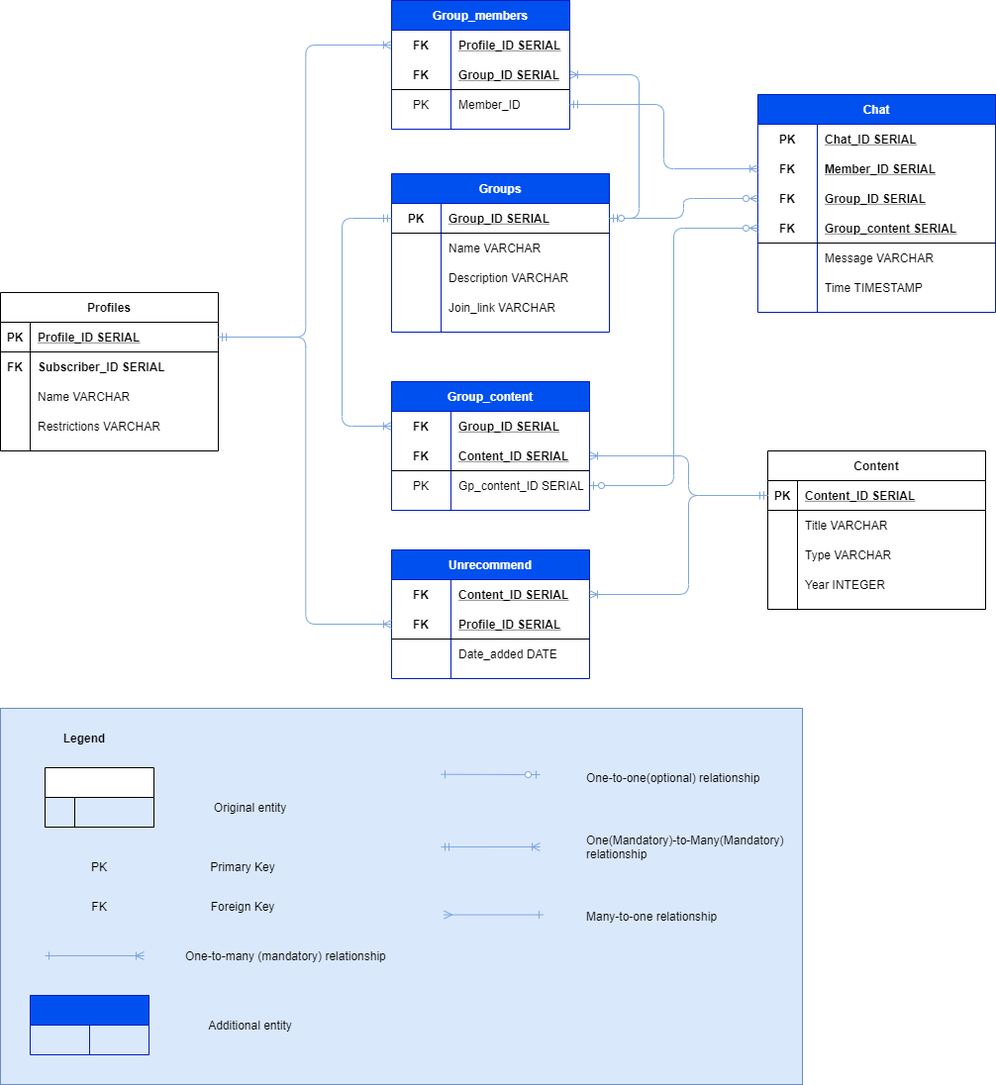
ashley190/T3A3 keeps this draw.io diagram as docs/erd.png. Above is the earlier version. Source tidied: cells renumbered, new cells last; positions are measured from the earlier drawing's top-left corner, leaving out a move shared by most shapes.
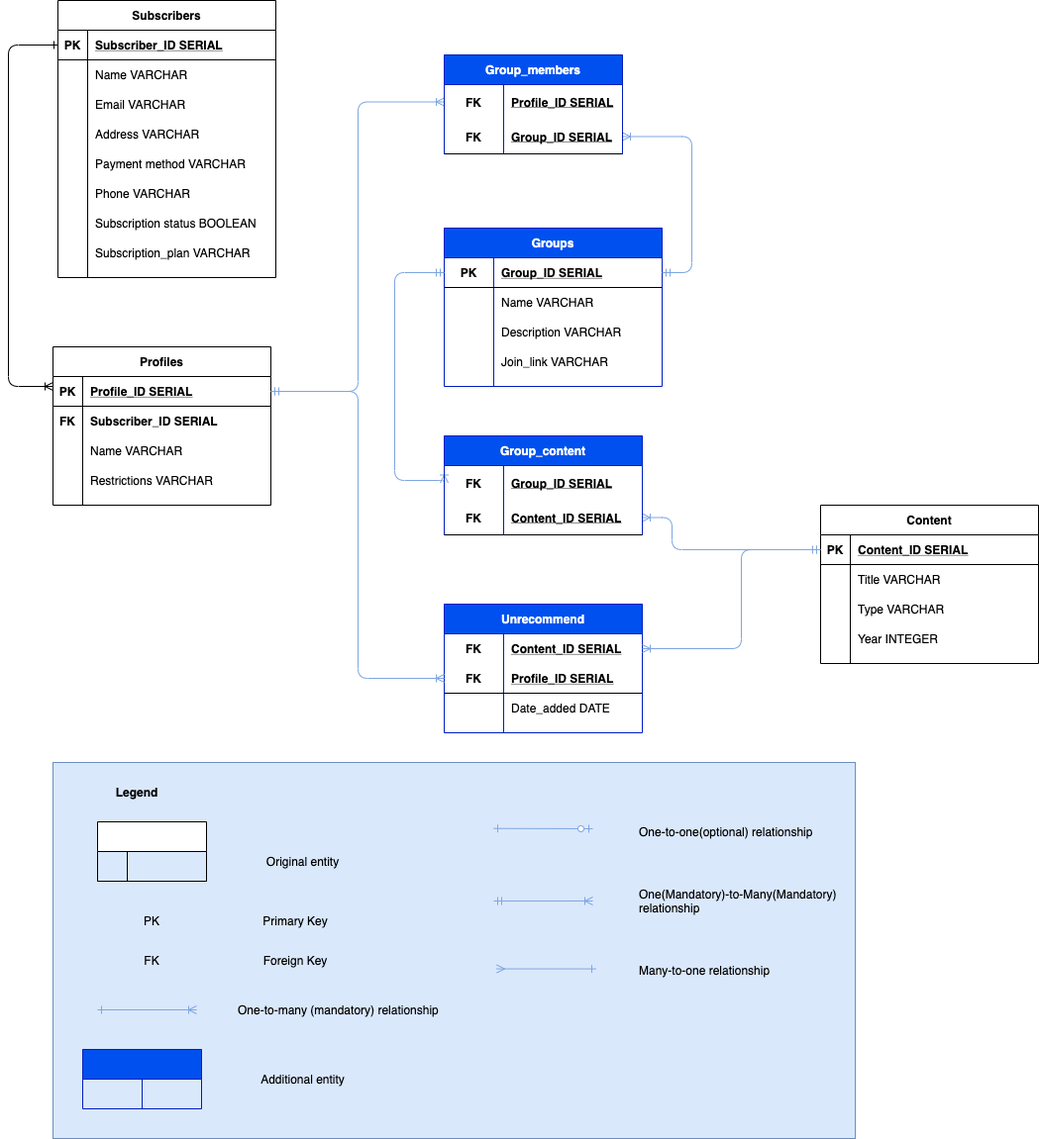
After the commit.

The edit, as a diff of the source:
```diff
@@ -209,136 +209,53 @@
     <mxCell id="63" style="edgeStyle=elbowEdgeStyle;fontSize=12;html=1;endArrow=ERoneToMany;startArrow=ERmandOne;entryX=1;entryY=0.5;entryDx=0;entryDy=0;endFill=0;startFill=0;strokeColor=#7EA6E0;" parent="1" edge="1" source="17" target="100">
       <mxGeometry relative="1" as="geometry">
         <Array as="points">
+          <mxPoint x="625" y="465" />
           <mxPoint x="695" y="445" />
         </Array>
       </mxGeometry>
     </mxCell>
     <mxCell id="64" value="Group_members" style="shape=table;startSize=30;rowLines=0;fontStyle=1;align=center;fillColor=#0050ef;strokeColor=#001DBC;fontColor=#ffffff;" parent="1" vertex="1">
-      <mxGeometry x="395" width="180" height="130" as="geometry" />
+      <mxGeometry x="395" width="180" height="100" as="geometry" />
     </mxCell>
     <mxCell id="65" style="shape=partialRectangle;fillColor=none;top=0;left=0;bottom=0;right=0;points=[[0,0.5],[1,0.5]];portConstraint=eastwest;" parent="64" vertex="1">
-      <mxGeometry y="30" width="180" height="30" as="geometry" />
+      <mxGeometry y="30" width="180" height="35" as="geometry" />
     </mxCell>
     <mxCell id="66" value="FK" style="shape=partialRectangle;fillColor=none;top=0;left=0;bottom=0;right=0;fontStyle=1;overflow=hidden;" parent="65" vertex="1">
-      <mxGeometry width="60" height="30" as="geometry" />
+      <mxGeometry width="60" height="35" as="geometry" />
     </mxCell>
     <mxCell id="67" value="Profile_ID SERIAL" style="shape=partialRectangle;fillColor=none;top=0;left=0;bottom=0;right=0;align=left;spacingLeft=6;fontStyle=5;overflow=hidden;" parent="65" vertex="1">
-      <mxGeometry x="60" width="120" height="30" as="geometry" />
+      <mxGeometry x="60" width="120" height="35" as="geometry" />
     </mxCell>
     <mxCell id="68" style="shape=partialRectangle;fillColor=none;top=0;left=0;bottom=1;right=0;points=[[0,0.5],[1,0.5]];portConstraint=eastwest;" parent="64" vertex="1">
-      <mxGeometry y="60" width="180" height="30" as="geometry" />
+      <mxGeometry y="65" width="180" height="35" as="geometry" />
     </mxCell>
     <mxCell id="69" value="FK" style="shape=partialRectangle;fillColor=none;top=0;left=0;bottom=0;right=0;fontStyle=1;overflow=hidden;" parent="68" vertex="1">
-      <mxGeometry width="60" height="30" as="geometry" />
+      <mxGeometry width="60" height="35" as="geometry" />
     </mxCell>
     <mxCell id="70" value="Group_ID SERIAL" style="shape=partialRectangle;fillColor=none;top=0;left=0;bottom=0;right=0;align=left;spacingLeft=6;fontStyle=5;overflow=hidden;" parent="68" vertex="1">
-      <mxGeometry x="60" width="120" height="30" as="geometry" />
+      <mxGeometry x="60" width="120" height="35" as="geometry" />
     </mxCell>
-    <mxCell id="71" style="shape=partialRectangle;fillColor=none;top=0;left=0;bottom=0;right=0;points=[[0,0.5],[1,0.5]];portConstraint=eastwest;" parent="64" vertex="1">
-      <mxGeometry y="90" width="180" height="30" as="geometry" />
-    </mxCell>
-    <mxCell id="72" value="PK" style="shape=partialRectangle;fillColor=none;top=0;left=0;bottom=0;right=0;overflow=hidden;" parent="71" vertex="1">
-      <mxGeometry width="60" height="30" as="geometry" />
-    </mxCell>
-    <mxCell id="73" value="Member_ID" style="shape=partialRectangle;fillColor=none;top=0;left=0;bottom=0;right=0;align=left;spacingLeft=6;overflow=hidden;" parent="71" vertex="1">
-      <mxGeometry x="60" width="120" height="30" as="geometry" />
-    </mxCell>
-    <mxCell id="74" value="Chat" style="shape=table;startSize=30;rowLines=0;fontStyle=1;align=center;fillColor=#0050ef;strokeColor=#001DBC;fontColor=#ffffff;" parent="1" vertex="1">
-      <mxGeometry x="765" y="95" width="240" height="220" as="geometry" />
-    </mxCell>
-    <mxCell id="75" style="shape=partialRectangle;fillColor=none;top=0;left=0;bottom=0;right=0;" parent="74" vertex="1">
-      <mxGeometry y="30" width="240" height="30" as="geometry" />
-    </mxCell>
-    <mxCell id="76" value="PK" style="shape=partialRectangle;fillColor=none;top=0;left=0;bottom=0;right=0;fontStyle=1;overflow=hidden;" parent="75" vertex="1">
-      <mxGeometry width="60" height="30" as="geometry" />
-    </mxCell>
-    <mxCell id="77" value="Chat_ID SERIAL" style="shape=partialRectangle;fillColor=none;top=0;left=0;bottom=0;right=0;align=left;spacingLeft=6;fontStyle=5;overflow=hidden;" parent="75" vertex="1">
-      <mxGeometry x="60" width="180" height="30" as="geometry" />
-    </mxCell>
-    <mxCell id="78" style="shape=partialRectangle;fillColor=none;top=0;left=0;bottom=0;right=0;points=[[0,0.5],[1,0.5]];portConstraint=eastwest;" parent="74" vertex="1">
-      <mxGeometry y="60" width="240" height="30" as="geometry" />
-    </mxCell>
-    <mxCell id="79" value="FK" style="shape=partialRectangle;fillColor=none;top=0;left=0;bottom=0;right=0;fontStyle=1;overflow=hidden;" parent="78" vertex="1">
-      <mxGeometry width="60" height="30" as="geometry" />
-    </mxCell>
-    <mxCell id="80" value="Member_ID SERIAL" style="shape=partialRectangle;fillColor=none;top=0;left=0;bottom=0;right=0;align=left;spacingLeft=6;fontStyle=5;overflow=hidden;" parent="78" vertex="1">
-      <mxGeometry x="60" width="180" height="30" as="geometry" />
-    </mxCell>
-    <mxCell id="81" style="shape=partialRectangle;fillColor=none;top=0;left=0;bottom=0;right=0;points=[[0,0.5],[1,0.5]];portConstraint=eastwest;" parent="74" vertex="1">
-      <mxGeometry y="90" width="240" height="30" as="geometry" />
-    </mxCell>
-    <mxCell id="82" value="FK" style="shape=partialRectangle;fillColor=none;top=0;left=0;bottom=0;right=0;fontStyle=1;overflow=hidden;" parent="81" vertex="1">
-      <mxGeometry width="60" height="30" as="geometry" />
-    </mxCell>
-    <mxCell id="83" value="Group_ID SERIAL" style="shape=partialRectangle;fillColor=none;top=0;left=0;bottom=0;right=0;align=left;spacingLeft=6;fontStyle=5;overflow=hidden;" parent="81" vertex="1">
-      <mxGeometry x="60" width="180" height="30" as="geometry" />
-    </mxCell>
-    <mxCell id="84" style="shape=partialRectangle;fillColor=none;top=0;left=0;bottom=1;right=0;points=[[0,0.5],[1,0.5]];portConstraint=eastwest;" parent="74" vertex="1">
-      <mxGeometry y="120" width="240" height="30" as="geometry" />
-    </mxCell>
-    <mxCell id="85" value="FK" style="shape=partialRectangle;fillColor=none;top=0;left=0;bottom=0;right=0;fontStyle=1;overflow=hidden;" parent="84" vertex="1">
-      <mxGeometry width="60" height="30" as="geometry" />
-    </mxCell>
-    <mxCell id="86" value="Group_content SERIAL" style="shape=partialRectangle;fillColor=none;top=0;left=0;bottom=0;right=0;align=left;spacingLeft=6;fontStyle=5;overflow=hidden;" parent="84" vertex="1">
-      <mxGeometry x="60" width="180" height="30" as="geometry" />
-    </mxCell>
-    <mxCell id="87" style="shape=partialRectangle;fillColor=none;top=0;left=0;bottom=0;right=0;" parent="74" vertex="1">
-      <mxGeometry y="150" width="240" height="30" as="geometry" />
-    </mxCell>
-    <mxCell id="88" style="shape=partialRectangle;fillColor=none;top=0;left=0;bottom=0;right=0;overflow=hidden;" parent="87" vertex="1">
-      <mxGeometry width="60" height="30" as="geometry" />
-    </mxCell>
-    <mxCell id="89" value="Message VARCHAR" style="shape=partialRectangle;fillColor=none;top=0;left=0;bottom=0;right=0;align=left;spacingLeft=6;overflow=hidden;" parent="87" vertex="1">
-      <mxGeometry x="60" width="180" height="30" as="geometry" />
-    </mxCell>
-    <mxCell id="90" style="shape=partialRectangle;fillColor=none;top=0;left=0;bottom=0;right=0;" parent="74" vertex="1">
-      <mxGeometry y="180" width="240" height="30" as="geometry" />
-    </mxCell>
-    <mxCell id="91" style="shape=partialRectangle;fillColor=none;top=0;left=0;bottom=0;right=0;overflow=hidden;" parent="90" vertex="1">
-      <mxGeometry width="60" height="30" as="geometry" />
-    </mxCell>
-    <mxCell id="92" value="Time TIMESTAMP" style="shape=partialRectangle;fillColor=none;top=0;left=0;bottom=0;right=0;align=left;spacingLeft=6;overflow=hidden;" parent="90" vertex="1">
-      <mxGeometry x="60" width="180" height="30" as="geometry" />
-    </mxCell>
-    <mxCell id="93" style="edgeStyle=orthogonalEdgeStyle;fontSize=12;html=1;endArrow=ERoneToMany;startArrow=ERmandOne;exitX=1;exitY=0.5;exitDx=0;exitDy=0;endFill=0;startFill=0;strokeColor=#7EA6E0;entryX=0;entryY=0.5;entryDx=0;entryDy=0;" parent="1" edge="1" source="71" target="78">
-      <mxGeometry relative="1" as="geometry" />
-    </mxCell>
-    <mxCell id="94" style="edgeStyle=elbowEdgeStyle;fontSize=12;html=1;endArrow=ERzeroToMany;startArrow=ERzeroToOne;strokeColor=#7EA6E0;entryX=0;entryY=0.5;entryDx=0;entryDy=0;" parent="1" edge="1" source="48" target="81">
-      <mxGeometry relative="1" as="geometry" />
-    </mxCell>
-    <mxCell id="95" style="edgeStyle=orthogonalEdgeStyle;fontSize=12;html=1;endArrow=ERzeroToMany;startArrow=ERzeroToOne;strokeColor=#7EA6E0;entryX=0;entryY=0.5;entryDx=0;entryDy=0;exitX=1;exitY=0.5;exitDx=0;exitDy=0;" parent="1" edge="1" source="103" target="84">
-      <mxGeometry relative="1" as="geometry" />
-    </mxCell>
     <mxCell id="96" value="Group_content" style="shape=table;startSize=30;rowLines=0;fontStyle=1;align=center;fillColor=#0050ef;strokeColor=#001DBC;fontColor=#ffffff;" parent="1" vertex="1">
-      <mxGeometry x="395" y="385" width="200" height="130" as="geometry" />
+      <mxGeometry x="395" y="385" width="200" height="100" as="geometry" />
     </mxCell>
     <mxCell id="97" style="shape=partialRectangle;fillColor=none;top=0;left=0;bottom=0;right=0;points=[[0,0.5],[1,0.5]];portConstraint=eastwest;" parent="96" vertex="1">
-      <mxGeometry y="30" width="200" height="30" as="geometry" />
+      <mxGeometry y="30" width="200" height="35" as="geometry" />
     </mxCell>
     <mxCell id="98" value="FK" style="shape=partialRectangle;fillColor=none;top=0;left=0;bottom=0;right=0;fontStyle=1;overflow=hidden;" parent="97" vertex="1">
-      <mxGeometry width="60" height="30" as="geometry" />
+      <mxGeometry width="60" height="35" as="geometry" />
     </mxCell>
     <mxCell id="99" value="Group_ID SERIAL" style="shape=partialRectangle;fillColor=none;top=0;left=0;bottom=0;right=0;align=left;spacingLeft=6;fontStyle=5;overflow=hidden;" parent="97" vertex="1">
-      <mxGeometry x="60" width="140" height="30" as="geometry" />
+      <mxGeometry x="60" width="140" height="35" as="geometry" />
     </mxCell>
     <mxCell id="100" style="shape=partialRectangle;fillColor=none;top=0;left=0;bottom=1;right=0;points=[[0,0.5],[1,0.5]];portConstraint=eastwest;" parent="96" vertex="1">
-      <mxGeometry y="60" width="200" height="30" as="geometry" />
+      <mxGeometry y="65" width="200" height="35" as="geometry" />
     </mxCell>
     <mxCell id="101" value="FK" style="shape=partialRectangle;fillColor=none;top=0;left=0;bottom=0;right=0;fontStyle=1;overflow=hidden;" parent="100" vertex="1">
-      <mxGeometry width="60" height="30" as="geometry" />
+      <mxGeometry width="60" height="35" as="geometry" />
     </mxCell>
     <mxCell id="102" value="Content_ID SERIAL" style="shape=partialRectangle;fillColor=none;top=0;left=0;bottom=0;right=0;align=left;spacingLeft=6;fontStyle=5;overflow=hidden;" parent="100" vertex="1">
-      <mxGeometry x="60" width="140" height="30" as="geometry" />
+      <mxGeometry x="60" width="140" height="35" as="geometry" />
     </mxCell>
-    <mxCell id="103" style="shape=partialRectangle;fillColor=none;top=0;left=0;bottom=0;right=0;points=[[0,0.5],[1,0.5]];portConstraint=eastwest;" parent="96" vertex="1">
-      <mxGeometry y="90" width="200" height="30" as="geometry" />
-    </mxCell>
-    <mxCell id="104" value="PK" style="shape=partialRectangle;fillColor=none;top=0;left=0;bottom=0;right=0;overflow=hidden;" parent="103" vertex="1">
-      <mxGeometry width="60" height="30" as="geometry" />
-    </mxCell>
-    <mxCell id="105" value="Gp_content_ID SERIAL" style="shape=partialRectangle;fillColor=none;top=0;left=0;bottom=0;right=0;align=left;spacingLeft=6;overflow=hidden;" parent="103" vertex="1">
-      <mxGeometry x="60" width="140" height="30" as="geometry" />
-    </mxCell>
     <mxCell id="106" value="Unrecommend" style="shape=table;startSize=30;rowLines=0;fontStyle=1;align=center;fillColor=#0050ef;strokeColor=#001DBC;fontColor=#ffffff;" parent="1" vertex="1">
       <mxGeometry x="395" y="555" width="200" height="130" as="geometry" />
     </mxCell>
@@ -395,5 +312,88 @@
     <mxCell id="122" value="Additional entity" style="text;html=1;strokeColor=none;fillColor=none;align=center;verticalAlign=middle;whiteSpace=wrap;rounded=0;fontSize=12;" parent="1" vertex="1">
       <mxGeometry x="195" y="1025" width="115" height="20" as="geometry" />
     </mxCell>
+    <mxCell id="123" value="Subscribers" style="shape=table;startSize=30;rowLines=0;fontStyle=1;align=center;" parent="1" vertex="1">
+      <mxGeometry x="5" y="-55" width="220" height="280" as="geometry" />
+    </mxCell>
+    <mxCell id="124" style="shape=partialRectangle;fillColor=none;top=0;left=0;bottom=1;right=0;points=[[0,0.5],[1,0.5]];portConstraint=eastwest;" parent="123" vertex="1">
+      <mxGeometry y="30" width="220" height="30" as="geometry" />
+    </mxCell>
+    <mxCell id="76" value="PK" style="shape=partialRectangle;fillColor=none;top=0;left=0;bottom=0;right=0;fontStyle=1;overflow=hidden;" parent="124" vertex="1">
+      <mxGeometry width="30" height="30" as="geometry" />
+    </mxCell>
+    <mxCell id="125" value="Subscriber_ID SERIAL" style="shape=partialRectangle;fillColor=none;top=0;left=0;bottom=0;right=0;align=left;spacingLeft=6;fontStyle=5;overflow=hidden;" parent="124" vertex="1">
+      <mxGeometry x="30" width="190" height="30" as="geometry" />
+    </mxCell>
+    <mxCell id="126" style="shape=partialRectangle;fillColor=none;top=0;left=0;bottom=0;right=0;" parent="123" vertex="1">
+      <mxGeometry y="60" width="220" height="30" as="geometry" />
+    </mxCell>
+    <mxCell id="127" style="shape=partialRectangle;fillColor=none;top=0;left=0;bottom=0;right=0;overflow=hidden;" parent="126" vertex="1">
+      <mxGeometry width="30" height="30" as="geometry" />
+    </mxCell>
+    <mxCell id="128" value="Name VARCHAR" style="shape=partialRectangle;fillColor=none;top=0;left=0;bottom=0;right=0;align=left;spacingLeft=6;overflow=hidden;" parent="126" vertex="1">
+      <mxGeometry x="30" width="190" height="30" as="geometry" />
+    </mxCell>
+    <mxCell id="129" style="shape=partialRectangle;fillColor=none;top=0;left=0;bottom=0;right=0;" parent="123" vertex="1">
+      <mxGeometry y="90" width="220" height="30" as="geometry" />
+    </mxCell>
+    <mxCell id="130" style="shape=partialRectangle;fillColor=none;top=0;left=0;bottom=0;right=0;overflow=hidden;" parent="129" vertex="1">
+      <mxGeometry width="30" height="30" as="geometry" />
+    </mxCell>
+    <mxCell id="131" value="Email VARCHAR" style="shape=partialRectangle;fillColor=none;top=0;left=0;bottom=0;right=0;align=left;spacingLeft=6;overflow=hidden;" parent="129" vertex="1">
+      <mxGeometry x="30" width="190" height="30" as="geometry" />
+    </mxCell>
+    <mxCell id="132" style="shape=partialRectangle;fillColor=none;top=0;left=0;bottom=0;right=0;" parent="123" vertex="1">
+      <mxGeometry y="120" width="220" height="30" as="geometry" />
+    </mxCell>
+    <mxCell id="133" style="shape=partialRectangle;fillColor=none;top=0;left=0;bottom=0;right=0;overflow=hidden;" parent="132" vertex="1">
+      <mxGeometry width="30" height="30" as="geometry" />
+    </mxCell>
+    <mxCell id="134" value="Address VARCHAR" style="shape=partialRectangle;fillColor=none;top=0;left=0;bottom=0;right=0;align=left;spacingLeft=6;overflow=hidden;" parent="132" vertex="1">
+      <mxGeometry x="30" width="190" height="30" as="geometry" />
+    </mxCell>
+    <mxCell id="135" style="shape=partialRectangle;fillColor=none;top=0;left=0;bottom=0;right=0;" parent="123" vertex="1">
+      <mxGeometry y="150" width="220" height="30" as="geometry" />
+    </mxCell>
+    <mxCell id="136" style="shape=partialRectangle;fillColor=none;top=0;left=0;bottom=0;right=0;overflow=hidden;" parent="135" vertex="1">
+      <mxGeometry width="30" height="30" as="geometry" />
+    </mxCell>
+    <mxCell id="137" value="Payment method VARCHAR" style="shape=partialRectangle;fillColor=none;top=0;left=0;bottom=0;right=0;align=left;spacingLeft=6;overflow=hidden;" parent="135" vertex="1">
+      <mxGeometry x="30" width="190" height="30" as="geometry" />
+    </mxCell>
+    <mxCell id="138" style="shape=partialRectangle;fillColor=none;top=0;left=0;bottom=0;right=0;" parent="123" vertex="1">
+      <mxGeometry y="180" width="220" height="30" as="geometry" />
+    </mxCell>
+    <mxCell id="139" style="shape=partialRectangle;fillColor=none;top=0;left=0;bottom=0;right=0;overflow=hidden;" parent="138" vertex="1">
+      <mxGeometry width="30" height="30" as="geometry" />
+    </mxCell>
+    <mxCell id="140" value="Phone VARCHAR" style="shape=partialRectangle;fillColor=none;top=0;left=0;bottom=0;right=0;align=left;spacingLeft=6;overflow=hidden;" parent="138" vertex="1">
+      <mxGeometry x="30" width="190" height="30" as="geometry" />
+    </mxCell>
+    <mxCell id="141" style="shape=partialRectangle;fillColor=none;top=0;left=0;bottom=0;right=0;" parent="123" vertex="1">
+      <mxGeometry y="210" width="220" height="30" as="geometry" />
+    </mxCell>
+    <mxCell id="142" style="shape=partialRectangle;fillColor=none;top=0;left=0;bottom=0;right=0;overflow=hidden;" parent="141" vertex="1">
+      <mxGeometry width="30" height="30" as="geometry" />
+    </mxCell>
+    <mxCell id="143" value="Subscription status BOOLEAN" style="shape=partialRectangle;fillColor=none;top=0;left=0;bottom=0;right=0;align=left;spacingLeft=6;overflow=hidden;" parent="141" vertex="1">
+      <mxGeometry x="30" width="190" height="30" as="geometry" />
+    </mxCell>
+    <mxCell id="144" style="shape=partialRectangle;fillColor=none;top=0;left=0;bottom=0;right=0;" parent="123" vertex="1">
+      <mxGeometry y="240" width="220" height="30" as="geometry" />
+    </mxCell>
+    <mxCell id="145" style="shape=partialRectangle;fillColor=none;top=0;left=0;bottom=0;right=0;overflow=hidden;" parent="144" vertex="1">
+      <mxGeometry width="30" height="30" as="geometry" />
+    </mxCell>
+    <mxCell id="146" value="Subscription_plan VARCHAR" style="shape=partialRectangle;fillColor=none;top=0;left=0;bottom=0;right=0;align=left;spacingLeft=6;overflow=hidden;" parent="144" vertex="1">
+      <mxGeometry x="30" width="190" height="30" as="geometry" />
+    </mxCell>
+    <mxCell id="147" style="edgeStyle=orthogonalEdgeStyle;fontSize=12;html=1;endArrow=ERoneToMany;exitX=0;exitY=0.5;exitDx=0;exitDy=0;entryX=0;entryY=0.25;entryDx=0;entryDy=0;startArrow=ERone;startFill=0;" parent="1" edge="1" source="124" target="3">
+      <mxGeometry relative="1" as="geometry">
+        <Array as="points">
+          <mxPoint x="-45" y="-10" />
+          <mxPoint x="-45" y="335" />
+        </Array>
+      </mxGeometry>
+    </mxCell>
   </root>
 </mxGraphModel>
```
